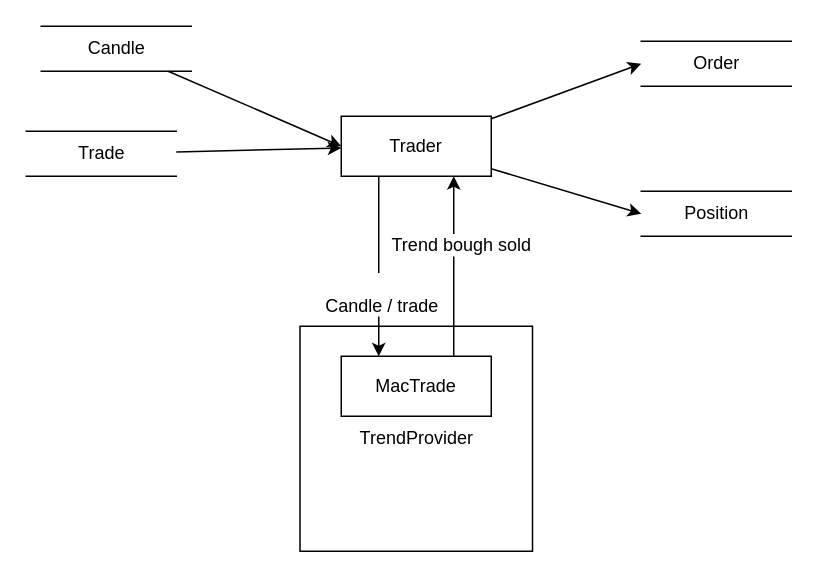
Before: page "Position" (1 of 2) of flow.drawio in crystalphi/rustrade, a draw.io diagram. Source tidied: cells renumbered, new cells numbered last; positions are measured from the earlier drawing's top-left corner, leaving out a move shared by most shapes. Both pictures are drawn from the tidied source at 150%, with x=0, y=0 at pixel (26, 26).
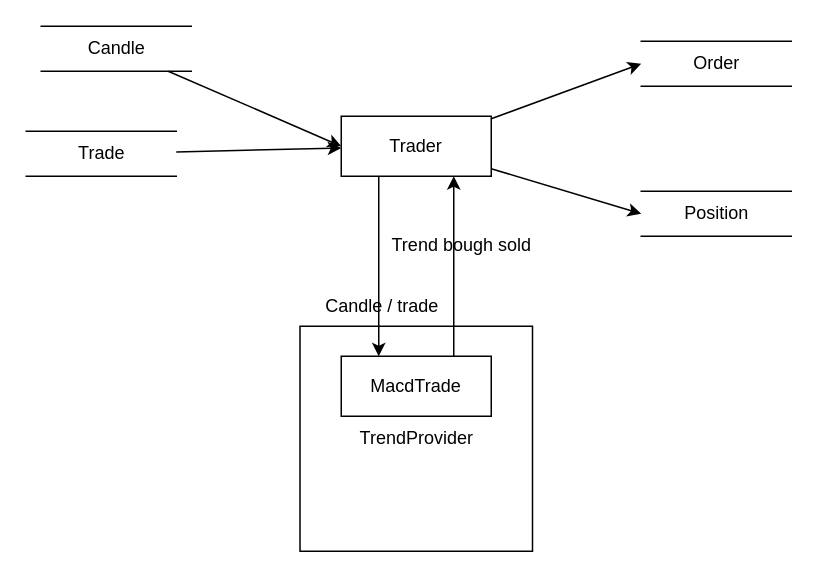
Above is the later version.

What changed in the source:
```diff
@@
 <mxGraphModel>
   <root>
     <mxCell id="0" />
     <mxCell id="1" parent="0" />
     <mxCell id="2" value="TrendProvider" style="html=1;dashed=0;whitespace=wrap;" parent="1" vertex="1">
       <mxGeometry x="182.5" y="200" width="155" height="150" as="geometry" />
     </mxCell>
     <mxCell id="3" style="rounded=0;jettySize=auto;html=1;entryX=0;entryY=0.5;entryDx=0;entryDy=0;" parent="1" edge="1" source="7" target="9">
       <mxGeometry relative="1" as="geometry" />
     </mxCell>
     <mxCell id="4" style="edgeStyle=none;rounded=0;jettySize=auto;html=1;entryX=0;entryY=0.5;entryDx=0;entryDy=0;" parent="1" edge="1" source="7" target="8">
       <mxGeometry relative="1" as="geometry" />
     </mxCell>
     <mxCell id="5" style="edgeStyle=none;rounded=0;jettySize=auto;html=1;entryX=0.25;entryY=0;entryDx=0;entryDy=0;exitX=0.25;exitY=1;exitDx=0;exitDy=0;" parent="1" edge="1" source="7" target="12">
       <mxGeometry relative="1" as="geometry" />
     </mxCell>
-    <mxCell id="6" value="&lt;br&gt;Candle / trade" style="text;html=1;align=center;verticalAlign=middle;labelBackgroundColor=#ffffff;" parent="5" vertex="1">
+    <mxCell id="6" value="&lt;br&gt;Candle / trade" style="text;html=1;align=center;verticalAlign=middle;labelBackgroundColor=none;" parent="5" vertex="1">
       <mxGeometry x="0.3" y="1" relative="1" as="geometry" />
     </mxCell>
     <mxCell id="7" value="Trader" style="rounded=0;whiteSpace=wrap;html=1;" parent="1" vertex="1">
       <mxGeometry x="210" y="60" width="100" height="40" as="geometry" />
     </mxCell>
     <mxCell id="8" value="Position" style="html=1;dashed=0;whitespace=wrap;shape=partialRectangle;right=0;left=0;fillColor=none;" parent="1" vertex="1">
       <mxGeometry x="410" y="110" width="100" height="30" as="geometry" />
     </mxCell>
     <mxCell id="9" value="Order" style="html=1;dashed=0;whitespace=wrap;shape=partialRectangle;right=0;left=0;fillColor=none;" parent="1" vertex="1">
       <mxGeometry x="410" y="10" width="100" height="30" as="geometry" />
     </mxCell>
     <mxCell id="10" style="edgeStyle=none;rounded=0;jettySize=auto;html=1;entryX=0.75;entryY=1;entryDx=0;entryDy=0;exitX=0.75;exitY=0;exitDx=0;exitDy=0;" parent="1" edge="1" source="12" target="7">
       <mxGeometry relative="1" as="geometry" />
     </mxCell>
-    <mxCell id="11" value="Trend bough sold" style="text;html=1;align=center;verticalAlign=middle;labelBackgroundColor=#ffffff;" parent="10" vertex="1">
+    <mxCell id="11" value="Trend bough sold" style="text;html=1;align=center;verticalAlign=middle;labelBackgroundColor=none;" parent="10" vertex="1">
       <mxGeometry x="0.25" y="-4" relative="1" as="geometry" />
     </mxCell>
-    <mxCell id="12" value="MacTrade" style="rounded=0;whiteSpace=wrap;html=1;" parent="1" vertex="1">
+    <mxCell id="12" value="MacdTrade" style="rounded=0;whiteSpace=wrap;html=1;" parent="1" vertex="1">
       <mxGeometry x="210" y="220" width="100" height="40" as="geometry" />
     </mxCell>
     <mxCell id="13" style="edgeStyle=none;rounded=0;jettySize=auto;html=1;entryX=0;entryY=0.5;entryDx=0;entryDy=0;" parent="1" edge="1" source="14" target="7">
       <mxGeometry relative="1" as="geometry" />
     </mxCell>
     <mxCell id="14" value="Candle" style="html=1;dashed=0;whitespace=wrap;shape=partialRectangle;right=0;left=0;fillColor=none;" parent="1" vertex="1">
       <mxGeometry x="10" width="100" height="30" as="geometry" />
     </mxCell>
     <mxCell id="15" style="edgeStyle=none;rounded=0;jettySize=auto;html=1;" parent="1" edge="1" source="16" target="7">
       <mxGeometry relative="1" as="geometry" />
     </mxCell>
     <mxCell id="16" value="Trade" style="html=1;dashed=0;whitespace=wrap;shape=partialRectangle;right=0;left=0;fillColor=none;" parent="1" vertex="1">
       <mxGeometry y="70" width="100" height="30" as="geometry" />
     </mxCell>
   </root>
 </mxGraphModel>
```
